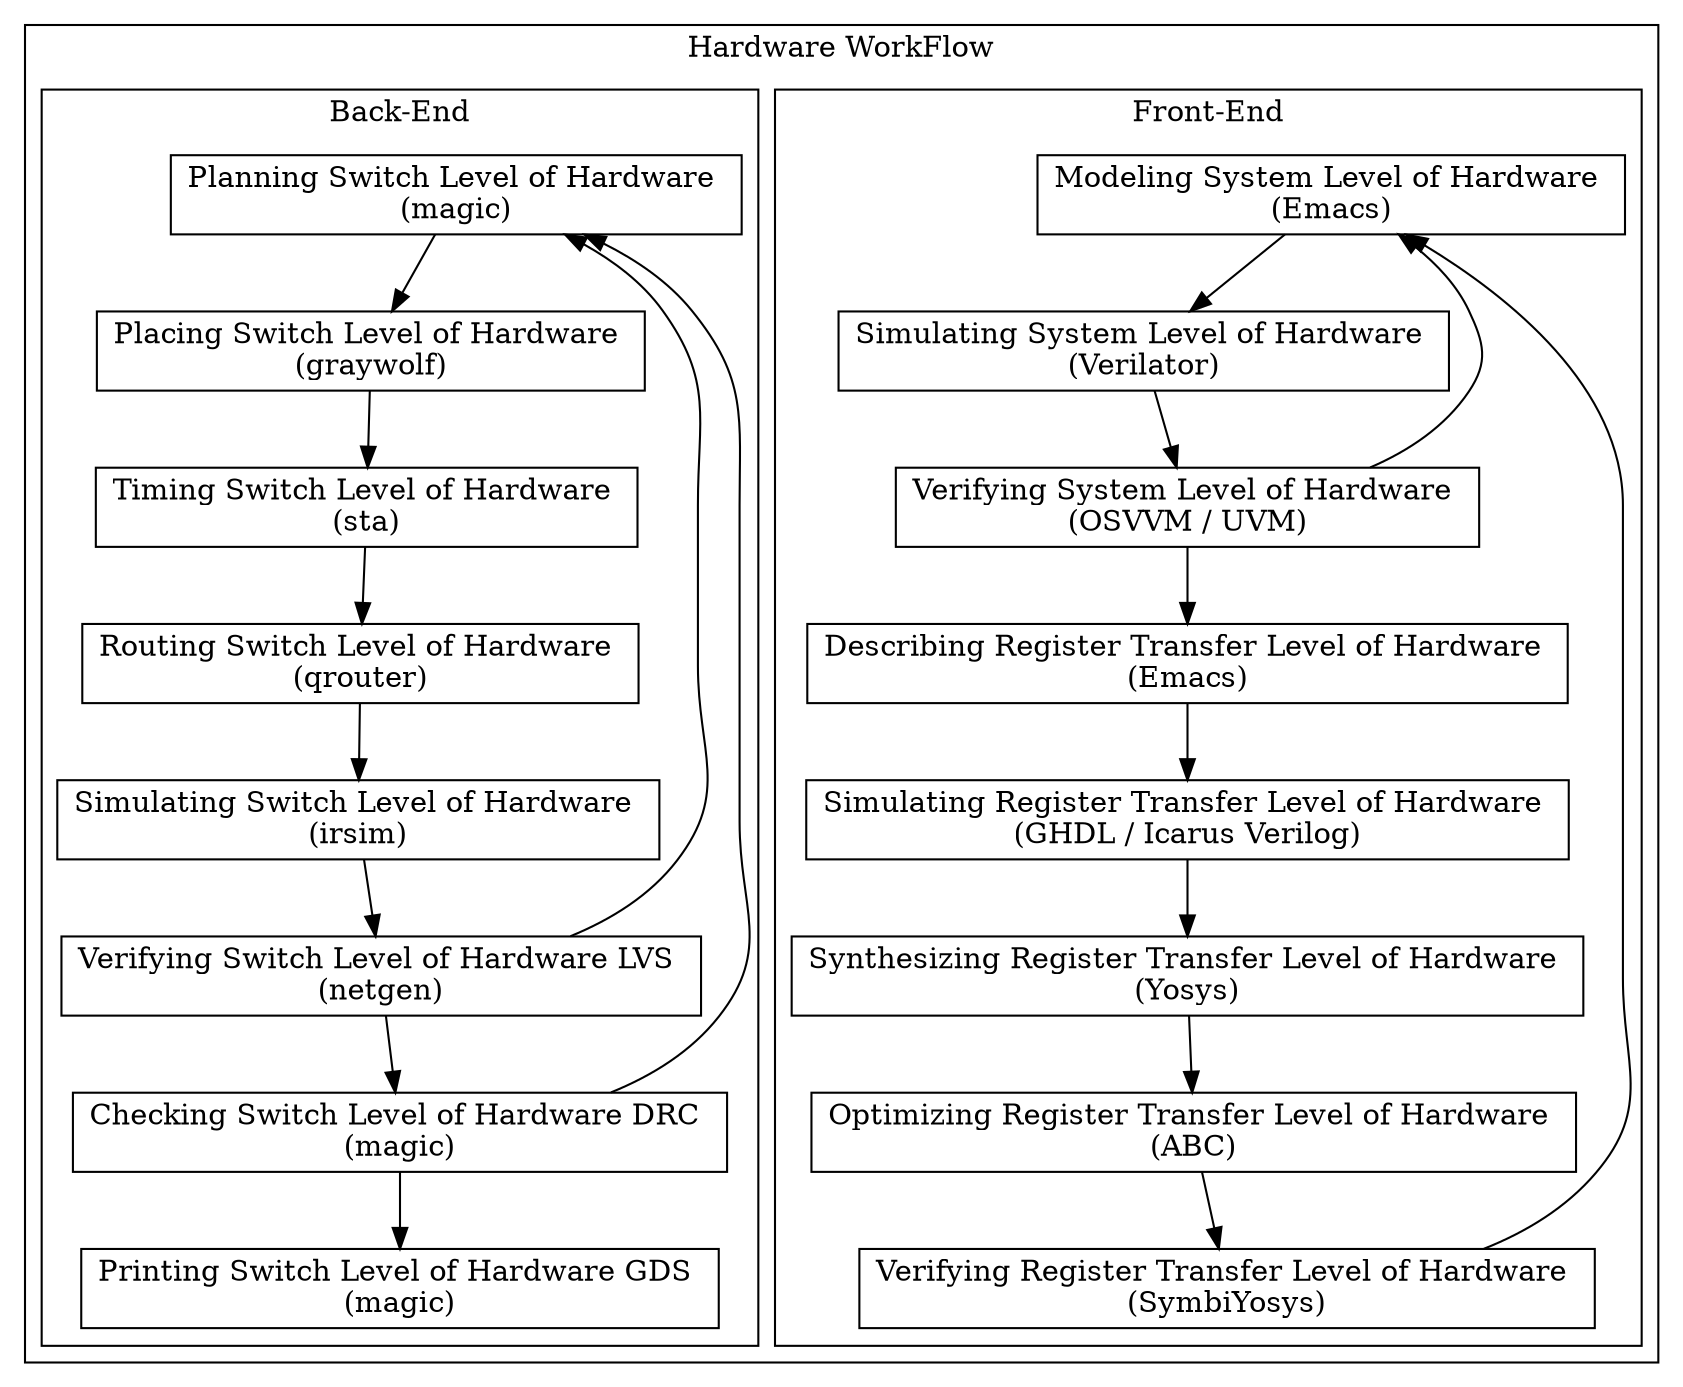
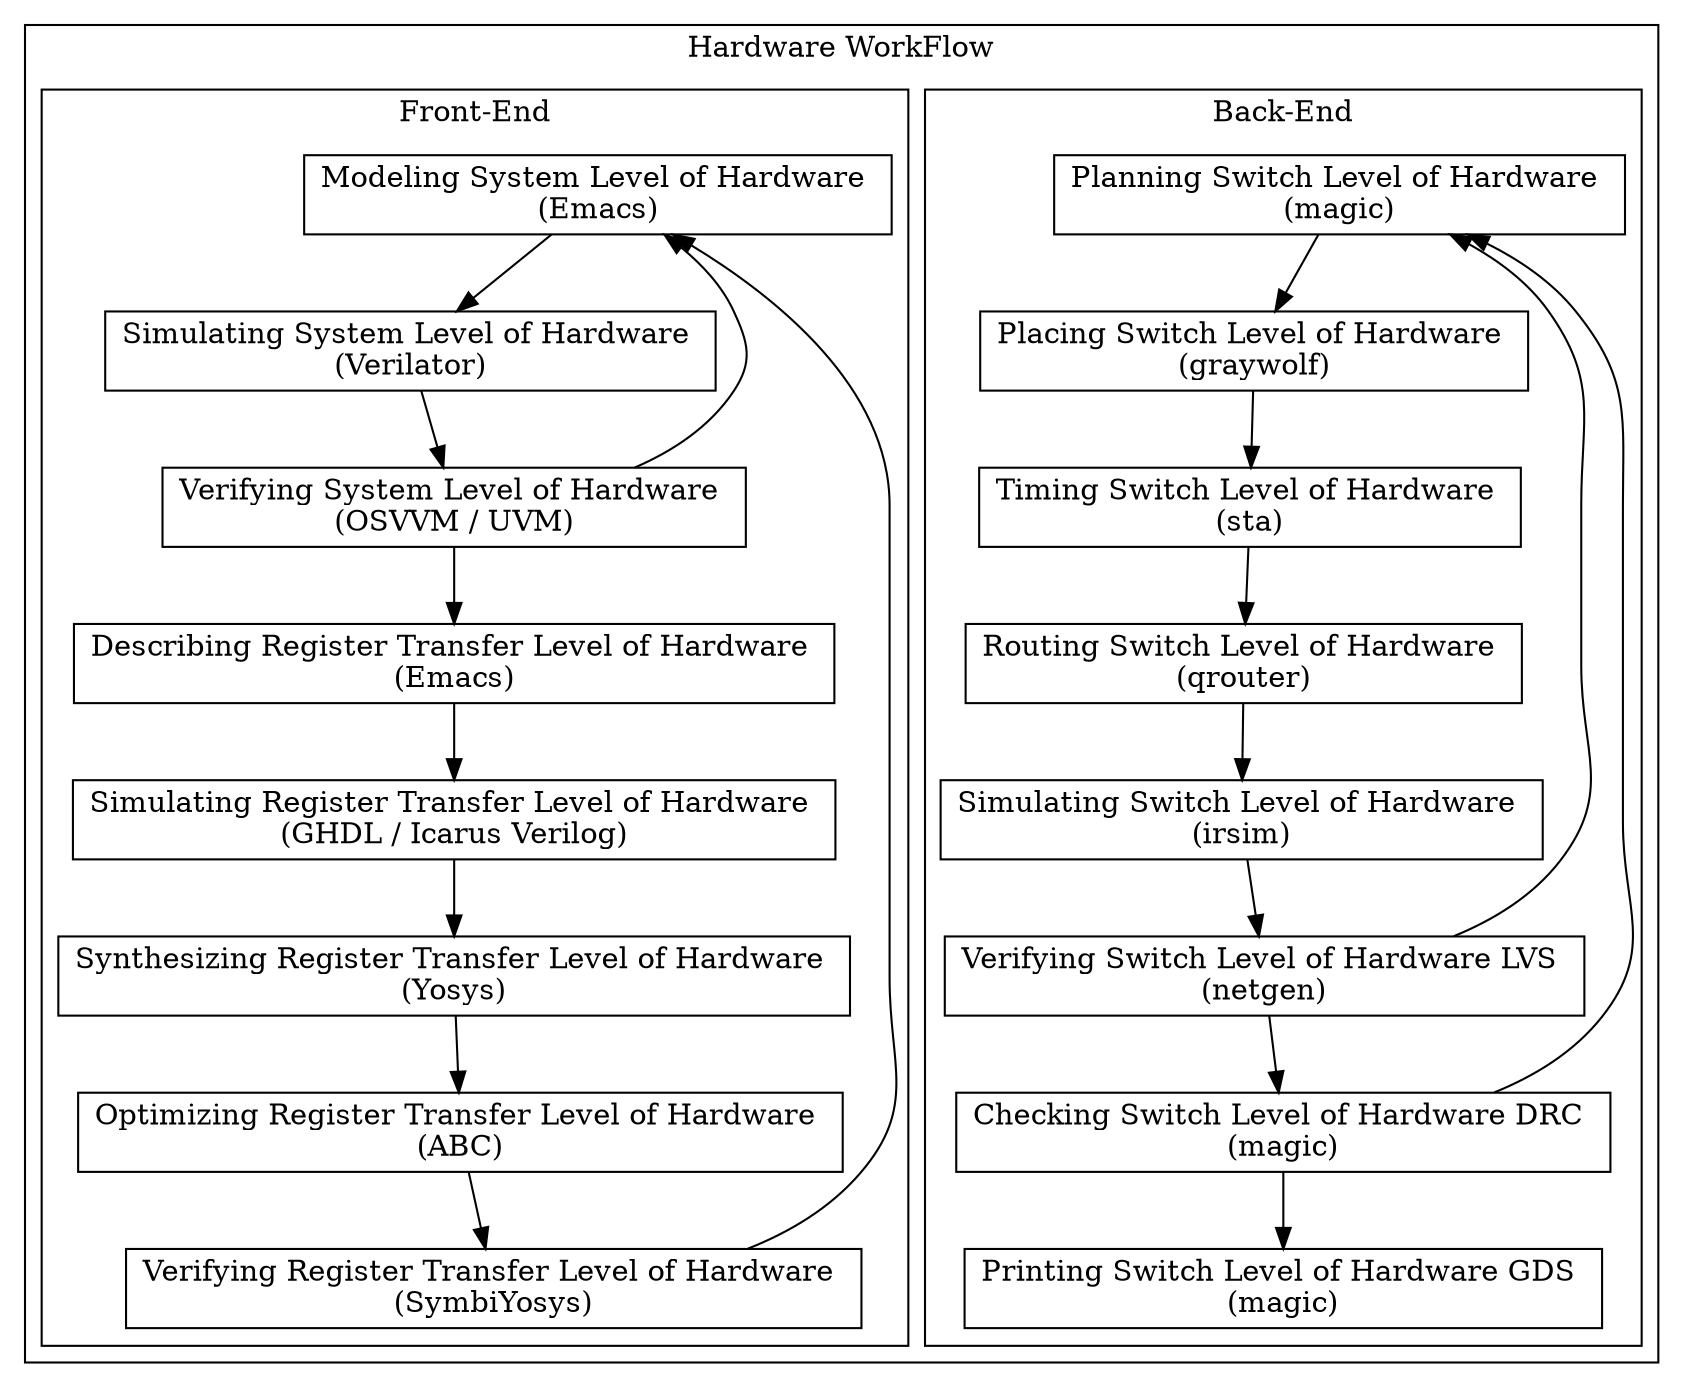
digraph Project {
  // Introduction
  node[shape=record];

  // Blocks
  subgraph "cluster HardwareWorkFlow" { label = "Hardware WorkFlow";
+     subgraph "cluster BackEnd" { label = "Back-End";
+       Planning_SLH[label="Planning Switch Level of Hardware \n(magic)"];
+       Placing_SLH[label="Placing Switch Level of Hardware \n(graywolf)"];
+       Timing_SLH[label="Timing Switch Level of Hardware \n(sta)"];
+       Routing_SLH[label="Routing Switch Level of Hardware \n(qrouter)"];
+       Simulating_WLH[label="Simulating Switch Level of Hardware \n(irsim)"];
+       Verifying_LVS[label="Verifying Switch Level of Hardware LVS \n(netgen)"];
+       Checking_DRC[label="Checking Switch Level of Hardware DRC \n(magic)"];
+       Printing_GDS[label="Printing Switch Level of Hardware GDS \n(magic)"];
+     }
+ 
    subgraph "cluster FrontEnd" { label = "Front-End";
      Modeling_SLH[label="Modeling System Level of Hardware \n(Emacs)"];
      Simulating_SLH[label="Simulating System Level of Hardware \n(Verilator)"];
      Verifying_SLH[label="Verifying System Level of Hardware \n(OSVVM / UVM)"];
      Describing_RTL[label="Describing Register Transfer Level of Hardware \n(Emacs)"];
      Simulating_RTL[label="Simulating Register Transfer Level of Hardware \n(GHDL / Icarus Verilog)"];
      Synthesizing_RTL[label="Synthesizing Register Transfer Level of Hardware \n(Yosys)"];
      Optimizing_RTL[label="Optimizing Register Transfer Level of Hardware \n(ABC)"];
      Verifying_RTL[label="Verifying Register Transfer Level of Hardware \n(SymbiYosys)"];
    }
- 
-     subgraph "cluster BackEnd" { label = "Back-End";
-       Planning_SLH[label="Planning Switch Level of Hardware \n(magic)"];
-       Placing_SLH[label="Placing Switch Level of Hardware \n(graywolf)"];
-       Timing_SLH[label="Timing Switch Level of Hardware \n(sta)"];
-       Routing_SLH[label="Routing Switch Level of Hardware \n(qrouter)"];
-       Simulating_WLH[label="Simulating Switch Level of Hardware \n(irsim)"];
-       Verifying_LVS[label="Verifying Switch Level of Hardware LVS \n(netgen)"];
-       Checking_DRC[label="Checking Switch Level of Hardware DRC \n(magic)"];
-       Printing_GDS[label="Printing Switch Level of Hardware GDS \n(magic)"];
-     }
  }

  // Sequence
+   Planning_SLH -> Placing_SLH;
+   Placing_SLH -> Timing_SLH;
+   Timing_SLH -> Routing_SLH;
+   Routing_SLH -> Simulating_WLH;
+   Simulating_WLH -> Verifying_LVS;
+   Verifying_LVS -> Checking_DRC;
+   Checking_DRC -> Printing_GDS;
+ 
  Modeling_SLH -> Simulating_SLH;
  Simulating_SLH -> Verifying_SLH;
  Verifying_SLH -> Describing_RTL;
  Describing_RTL -> Simulating_RTL;
  Simulating_RTL -> Synthesizing_RTL;
  Synthesizing_RTL -> Optimizing_RTL;
  Optimizing_RTL -> Verifying_RTL;

-   Planning_SLH -> Placing_SLH;
-   Placing_SLH -> Timing_SLH;
-   Timing_SLH -> Routing_SLH;
-   Routing_SLH -> Simulating_WLH;
-   Simulating_WLH -> Verifying_LVS;
-   Verifying_LVS -> Checking_DRC;
-   Checking_DRC -> Printing_GDS;
+   // Feedback
+   Verifying_LVS -> Planning_SLH;
+   Checking_DRC -> Planning_SLH;

-   // Feedback
  Verifying_SLH -> Modeling_SLH;
  Verifying_RTL -> Modeling_SLH;
- 
-   Verifying_LVS -> Planning_SLH;
-   Checking_DRC -> Planning_SLH;
}
